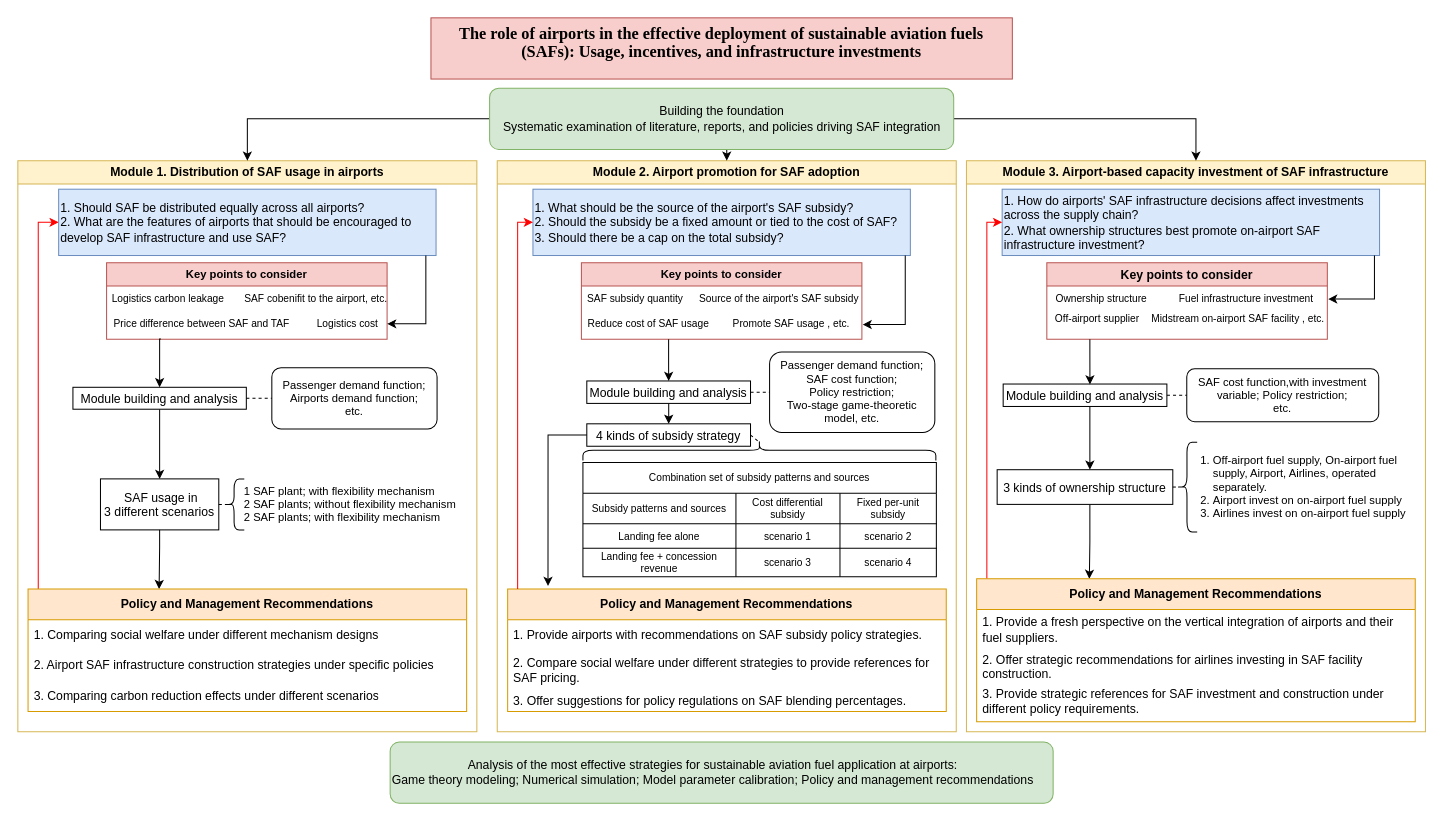
HengfeiMa95/paper-reading keeps this draw.io diagram as 技术路线图.drawio. Above is the earlier version. Source tidied: cells renumbered, new cells numbered last; positions are measured from the earlier drawing's top-left corner, leaving out a move shared by most shapes. Both pictures are drawn from the tidied source at 102%, with x=0, y=0 at pixel (17, 17).
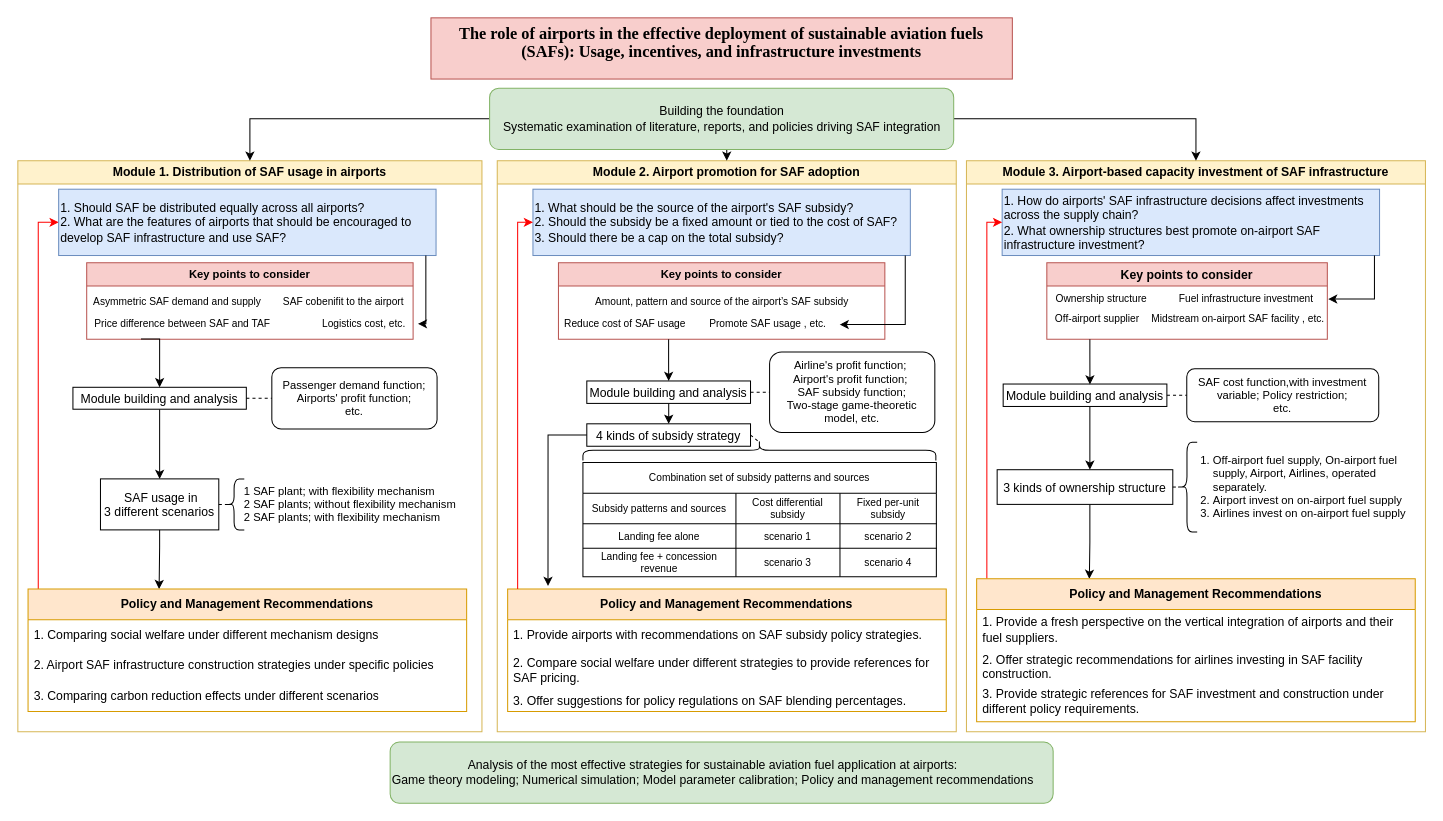
The same page after the edit.

Commit message (it also covers changes not shown here):
Update 技术路线图.drawio

Unchanged cells that the change refers to:
```xml
<mxCell id="25" value="Module 2. Airport promotion for SAF adoption" style="swimlane;whiteSpace=wrap;fillColor=#fff2cc;strokeColor=#d6b656;" parent="1" vertex="1">
  <mxGeometry x="470" y="140" width="450" height="560" as="geometry" />
</mxCell>
```

The edit, as a diff of the source:
```diff
@@
     <mxCell id="2" value="Module 1. Distribution of SAF usage in airports" style="swimlane;whiteSpace=wrap;fillColor=#fff2cc;strokeColor=#d6b656;" parent="1" vertex="1">
-      <mxGeometry y="140" width="450" height="560" as="geometry" />
+      <mxGeometry y="140" width="455" height="560" as="geometry" />
     </mxCell>
@@
-    <mxCell id="7" value="Passenger demand function;&lt;div style=&quot;font-size: 11px;&quot;&gt;Airports demand function;&lt;/div&gt;&lt;div style=&quot;font-size: 11px;&quot;&gt;etc.&lt;/div&gt;" style="rounded=1;whiteSpace=wrap;html=1;fontSize=11;" parent="2" vertex="1">
+    <mxCell id="7" value="Passenger demand function;&lt;div style=&quot;font-size: 11px;&quot;&gt;Airports' profit function;&lt;/div&gt;&lt;div style=&quot;font-size: 11px;&quot;&gt;etc.&lt;/div&gt;" style="rounded=1;whiteSpace=wrap;html=1;fontSize=11;" parent="2" vertex="1">
       <mxGeometry x="249" y="203" width="162" height="60" as="geometry" />
     </mxCell>
@@
     <mxCell id="18" value="Key points to consider" style="swimlane;fillColor=#f8cecc;strokeColor=#b85450;fontSize=11;" parent="2" vertex="1">
-      <mxGeometry x="87" y="100" width="275" height="75" as="geometry" />
+      <mxGeometry x="67.5" y="100" width="320" height="75" as="geometry" />
     </mxCell>
+    <mxCell id="20" value="Asymmetric SAF demand and supply" style="text;html=1;align=center;verticalAlign=middle;strokeColor=none;fillColor=none;fontSize=10;" parent="18" vertex="1">
+      <mxGeometry x="-7" y="22.5" width="190" height="30" as="geometry" />
+    </mxCell>
+    <mxCell id="22" value="&lt;font style=&quot;font-size: 10px;&quot;&gt;Price difference between SAF and TAF&lt;/font&gt;" style="text;html=1;align=center;verticalAlign=middle;points=[];strokeColor=none;fillColor=none;fontSize=9;" parent="18" vertex="1">
+      <mxGeometry x="-7" y="45" width="200" height="30" as="geometry" />
+    </mxCell>
-    <mxCell id="19" value="SAF cobenifit to the airport, etc." style="text;html=1;align=center;verticalAlign=middle;strokeColor=none;fillColor=none;fontSize=10;" parent="18" vertex="1">
-      <mxGeometry x="125" y="20" width="160" height="30" as="geometry" />
+    <mxCell id="19" value="SAF cobenifit to the airport" style="text;html=1;align=center;verticalAlign=middle;strokeColor=none;fillColor=none;fontSize=10;" parent="18" vertex="1">
+      <mxGeometry x="181" y="22.5" width="140" height="30" as="geometry" />
     </mxCell>
-    <mxCell id="20" value="Logistics carbon leakage" style="text;html=1;align=center;verticalAlign=middle;strokeColor=none;fillColor=none;fontSize=10;" parent="18" vertex="1">
-      <mxGeometry x="-5" y="20" width="130" height="30" as="geometry" />
-    </mxCell>
-    <mxCell id="21" value="Logistics cost" style="text;html=1;align=center;verticalAlign=middle;points=[];strokeColor=none;fillColor=none;fontSize=10;" parent="18" vertex="1">
-      <mxGeometry x="196" y="45" width="80" height="30" as="geometry" />
+    <mxCell id="21" value="Logistics cost, etc." style="text;html=1;align=center;verticalAlign=middle;points=[];strokeColor=none;fillColor=none;fontSize=10;" parent="18" vertex="1">
+      <mxGeometry x="216" y="45" width="110" height="30" as="geometry" />
     </mxCell>
-    <mxCell id="22" value="&lt;font style=&quot;font-size: 10px;&quot;&gt;Price difference between SAF and TAF&lt;/font&gt;" style="text;html=1;align=center;verticalAlign=middle;points=[];strokeColor=none;fillColor=none;fontSize=9;" parent="18" vertex="1">
-      <mxGeometry x="-7" y="45" width="200" height="30" as="geometry" />
-    </mxCell>
@@
-    <mxCell id="30" value="Passenger demand function;&lt;div style=&quot;font-size: 11px;&quot;&gt;SAF cost function;&lt;/div&gt;&lt;div style=&quot;font-size: 11px;&quot;&gt;Policy restriction;&lt;/div&gt;&lt;div style=&quot;font-size: 11px;&quot;&gt;Two-stage game-theoretic model,&amp;nbsp;&lt;span style=&quot;background-color: initial; font-size: 11px;&quot;&gt;etc.&lt;/span&gt;&lt;/div&gt;" style="rounded=1;whiteSpace=wrap;html=1;fontSize=11;" parent="25" vertex="1">
+    <mxCell id="30" value="Airline's profit function;&amp;nbsp;&lt;div&gt;Airport's profit function;&amp;nbsp;&lt;/div&gt;&lt;div&gt;SAF subsidy function;&lt;br&gt;&lt;div style=&quot;font-size: 11px;&quot;&gt;Two-stage game-theoretic model,&amp;nbsp;&lt;span style=&quot;background-color: initial; font-size: 11px;&quot;&gt;etc.&lt;/span&gt;&lt;/div&gt;&lt;/div&gt;" style="rounded=1;whiteSpace=wrap;html=1;fontSize=11;" parent="25" vertex="1">
       <mxGeometry x="267" y="187.5" width="162" height="79" as="geometry" />
     </mxCell>
@@
     <mxCell id="51" value="Key points to consider" style="swimlane;fillColor=#f8cecc;strokeColor=#b85450;fontSize=11;" parent="25" vertex="1">
-      <mxGeometry x="82.5" y="100" width="275" height="75" as="geometry" />
+      <mxGeometry x="60" y="100" width="320" height="75" as="geometry" />
     </mxCell>
@@
-    <mxCell id="53" value="&lt;span style=&quot;font-size: 10px;&quot;&gt;SAF subsidy quantity&lt;/span&gt;" style="text;html=1;align=center;verticalAlign=middle;strokeColor=none;fillColor=none;fontSize=10;" parent="51" vertex="1">
-      <mxGeometry x="-8" y="20" width="120" height="30" as="geometry" />
+    <mxCell id="53" value="Amount, pattern and source of the airport’s SAF subsidy" style="text;html=1;align=center;verticalAlign=middle;strokeColor=none;fillColor=none;fontSize=10;" parent="51" vertex="1">
+      <mxGeometry x="25" y="22.5" width="270" height="30" as="geometry" />
     </mxCell>
-    <mxCell id="54" value="&lt;span style=&quot;font-size: 10px;&quot;&gt;Source of the airport's SAF subsidy&lt;/span&gt;" style="text;html=1;align=center;verticalAlign=middle;strokeColor=none;fillColor=none;fontSize=10;" parent="51" vertex="1">
-      <mxGeometry x="103" y="20" width="180" height="30" as="geometry" />
-    </mxCell>
```
